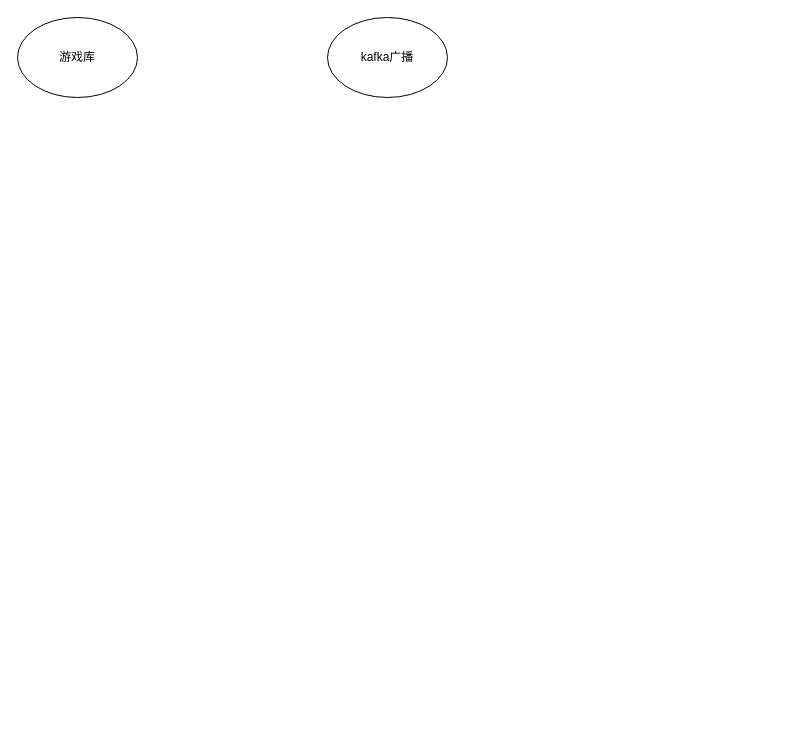
Before: 未命名绘图.drawio in tongchewy/ER-Draw, a draw.io diagram. Source tidied: cells renumbered, new cells numbered last; positions are measured from the earlier drawing's top-left corner, leaving out a move shared by most shapes. Both pictures are drawn from the tidied source at 100%, with x=0, y=0 at pixel (17, 17).
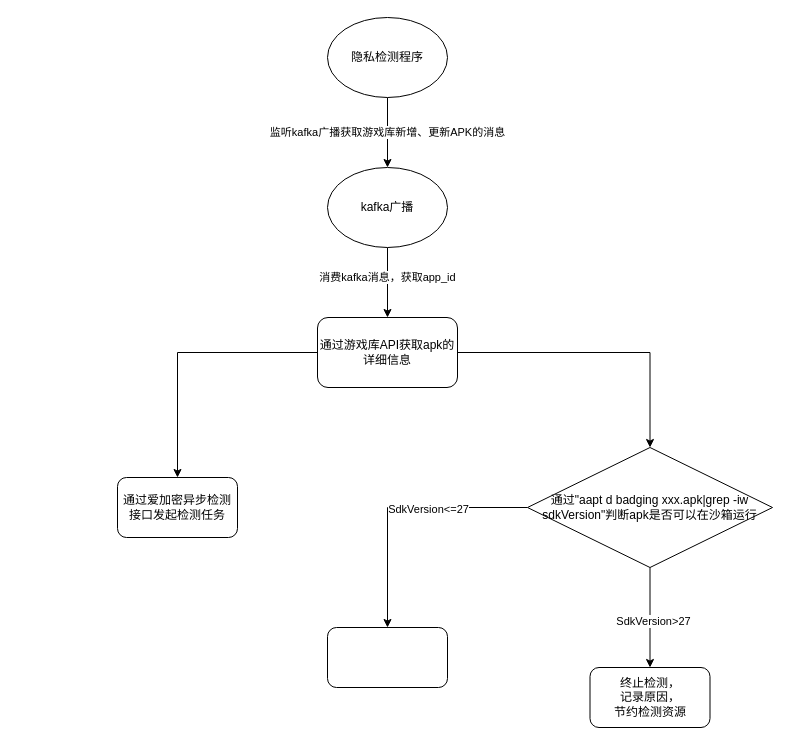
After the change.

Commit message:
更新未命名绘图.drawio

Change to the diagram source:
```diff
@@
 <mxGraphModel>
   <root>
     <mxCell id="0" />
     <mxCell id="1" parent="0" />
-    <mxCell id="2" value="游戏库" style="ellipse;whiteSpace=wrap;html=1;" parent="1" vertex="1">
-      <mxGeometry width="120" height="80" as="geometry" />
-    </mxCell>
+    <mxCell id="4" value="监听kafka广播获取游戏库新增、更新APK的消息" style="edgeStyle=orthogonalEdgeStyle;rounded=0;jettySize=auto;html=1;entryX=0.5;entryY=0;entryDx=0;entryDy=0;" parent="1" edge="1" source="3" target="7">
+      <mxGeometry relative="1" as="geometry" />
+    </mxCell>
-    <mxCell id="3" value="kafka广播" style="ellipse;whiteSpace=wrap;html=1;" parent="1" vertex="1">
+    <mxCell id="3" value="隐私检测程序" style="ellipse;whiteSpace=wrap;html=1;" parent="1" vertex="1">
       <mxGeometry x="310" width="120" height="80" as="geometry" />
     </mxCell>
+    <mxCell id="5" style="edgeStyle=orthogonalEdgeStyle;rounded=0;jettySize=auto;html=1;entryX=0.5;entryY=0;entryDx=0;entryDy=0;" parent="1" edge="1" source="7">
+      <mxGeometry relative="1" as="geometry">
+        <mxPoint x="370" y="300" as="targetPoint" />
+      </mxGeometry>
+    </mxCell>
+    <mxCell id="6" value="消费kafka消息，获取app_id" style="edgeLabel;html=1;align=center;verticalAlign=middle;" parent="5" vertex="1">
+      <mxGeometry x="-0.17" y="-1" relative="1" as="geometry" />
+    </mxCell>
+    <mxCell id="7" value="kafka广播" style="ellipse;whiteSpace=wrap;html=1;" parent="1" vertex="1">
+      <mxGeometry x="310" y="150" width="120" height="80" as="geometry" />
+    </mxCell>
+    <mxCell id="8" style="edgeStyle=orthogonalEdgeStyle;rounded=0;jettySize=auto;html=1;" parent="1" edge="1" source="12" target="16">
+      <mxGeometry relative="1" as="geometry" />
+    </mxCell>
+    <mxCell id="9" value="SdkVersion&amp;gt;27" style="edgeLabel;html=1;align=center;verticalAlign=middle;" parent="8" vertex="1">
+      <mxGeometry x="0.05" y="2" relative="1" as="geometry">
+        <mxPoint x="1" as="offset" />
+      </mxGeometry>
+    </mxCell>
+    <mxCell id="10" style="edgeStyle=orthogonalEdgeStyle;rounded=0;jettySize=auto;html=1;" parent="1" edge="1" source="12" target="18">
+      <mxGeometry relative="1" as="geometry" />
+    </mxCell>
+    <mxCell id="11" value="SdkVersion&amp;lt;=27" style="edgeLabel;html=1;align=center;verticalAlign=middle;" parent="10" vertex="1">
+      <mxGeometry x="-0.23" y="1" relative="1" as="geometry" />
+    </mxCell>
+    <mxCell id="12" value="通过&quot;aapt d badging xxx.apk|grep -iw sdkVersion&quot;判断apk是否可以在沙箱运行" style="rhombus;whiteSpace=wrap;html=1;" parent="1" vertex="1">
+      <mxGeometry x="510" y="430" width="245" height="120" as="geometry" />
+    </mxCell>
+    <mxCell id="13" style="edgeStyle=orthogonalEdgeStyle;rounded=0;jettySize=auto;html=1;" parent="1" edge="1" source="15" target="12">
+      <mxGeometry relative="1" as="geometry" />
+    </mxCell>
+    <mxCell id="14" style="edgeStyle=orthogonalEdgeStyle;rounded=0;jettySize=auto;html=1;" parent="1" edge="1" source="15" target="17">
+      <mxGeometry relative="1" as="geometry" />
+    </mxCell>
+    <mxCell id="15" value="通过游戏库API获取apk的详细信息" style="rounded=1;whiteSpace=wrap;html=1;" parent="1" vertex="1">
+      <mxGeometry x="300" y="300" width="140" height="70" as="geometry" />
+    </mxCell>
+    <mxCell id="16" value="终止检测，&lt;br&gt;记录原因，&lt;br&gt;节约检测资源" style="rounded=1;whiteSpace=wrap;html=1;" parent="1" vertex="1">
+      <mxGeometry x="572.5" y="650" width="120" height="60" as="geometry" />
+    </mxCell>
+    <mxCell id="17" value="通过爱加密异步检测接口发起检测任务" style="rounded=1;whiteSpace=wrap;html=1;" parent="1" vertex="1">
+      <mxGeometry x="100" y="460" width="120" height="60" as="geometry" />
+    </mxCell>
+    <mxCell id="18" style="rounded=1;whiteSpace=wrap;html=1;" parent="1" vertex="1">
+      <mxGeometry x="310" y="610" width="120" height="60" as="geometry" />
+    </mxCell>
   </root>
 </mxGraphModel>
```
